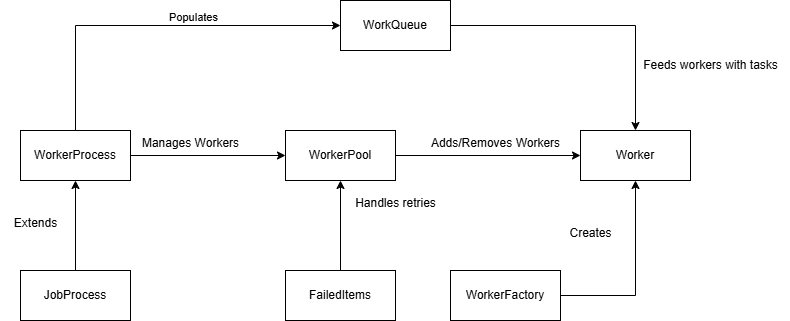
This is image1.png from ted-black/BackgroundJobCodingChallenge, a draw.io export, as it was before one commit. Source tidied: cells renumbered, new cells last; positions are measured from the earlier drawing's top-left corner, leaving out a move shared by most shapes. The source it was exported from:
```xml
<mxGraphModel>
  <root>
    <mxCell id="0" />
    <mxCell id="1" parent="0" />
    <mxCell id="2" style="edgeStyle=orthogonalEdgeStyle;rounded=0;jettySize=auto;html=1;exitX=1;exitY=0.5;exitDx=0;exitDy=0;entryX=0;entryY=0.5;entryDx=0;entryDy=0;" parent="1" edge="1" source="5" target="7">
      <mxGeometry relative="1" as="geometry" />
    </mxCell>
    <mxCell id="3" style="edgeStyle=orthogonalEdgeStyle;rounded=0;jettySize=auto;html=1;exitX=0.5;exitY=0;exitDx=0;exitDy=0;entryX=0;entryY=0.5;entryDx=0;entryDy=0;" parent="1" edge="1" source="5" target="14">
      <mxGeometry relative="1" as="geometry" />
    </mxCell>
    <mxCell id="4" value="Populates" style="edgeLabel;html=1;align=center;verticalAlign=middle;" parent="3" vertex="1">
      <mxGeometry x="0.2" y="9" relative="1" as="geometry" />
    </mxCell>
    <mxCell id="5" value="WorkerProcess" style="html=1;whiteSpace=wrap;" parent="1" vertex="1">
      <mxGeometry x="20" y="130" width="110" height="50" as="geometry" />
    </mxCell>
    <mxCell id="6" style="edgeStyle=orthogonalEdgeStyle;rounded=0;jettySize=auto;html=1;exitX=1;exitY=0.5;exitDx=0;exitDy=0;" parent="1" edge="1" source="7" target="8">
      <mxGeometry relative="1" as="geometry" />
    </mxCell>
    <mxCell id="7" value="WorkerPool" style="html=1;whiteSpace=wrap;" parent="1" vertex="1">
      <mxGeometry x="285" y="130" width="110" height="50" as="geometry" />
    </mxCell>
    <mxCell id="8" value="Worker" style="html=1;whiteSpace=wrap;" parent="1" vertex="1">
      <mxGeometry x="580" y="130" width="110" height="50" as="geometry" />
    </mxCell>
    <mxCell id="9" style="edgeStyle=orthogonalEdgeStyle;rounded=0;jettySize=auto;html=1;exitX=0.5;exitY=0;exitDx=0;exitDy=0;entryX=0.5;entryY=1;entryDx=0;entryDy=0;" parent="1" edge="1" source="10" target="5">
      <mxGeometry relative="1" as="geometry" />
    </mxCell>
    <mxCell id="10" value="JobProcess" style="html=1;whiteSpace=wrap;" parent="1" vertex="1">
      <mxGeometry x="20" y="270" width="110" height="50" as="geometry" />
    </mxCell>
    <mxCell id="11" style="edgeStyle=orthogonalEdgeStyle;rounded=0;jettySize=auto;html=1;exitX=1;exitY=0.5;exitDx=0;exitDy=0;entryX=0.5;entryY=1;entryDx=0;entryDy=0;" parent="1" edge="1" source="12" target="8">
      <mxGeometry relative="1" as="geometry" />
    </mxCell>
    <mxCell id="12" value="WorkerFactory" style="html=1;whiteSpace=wrap;" parent="1" vertex="1">
      <mxGeometry x="450" y="270" width="110" height="50" as="geometry" />
    </mxCell>
    <mxCell id="13" style="edgeStyle=orthogonalEdgeStyle;rounded=0;jettySize=auto;html=1;exitX=1;exitY=0.5;exitDx=0;exitDy=0;entryX=0.5;entryY=0;entryDx=0;entryDy=0;" parent="1" edge="1" source="14" target="8">
      <mxGeometry relative="1" as="geometry" />
    </mxCell>
    <mxCell id="14" value="WorkQueue" style="html=1;whiteSpace=wrap;" parent="1" vertex="1">
      <mxGeometry x="340" width="110" height="50" as="geometry" />
    </mxCell>
    <mxCell id="15" style="edgeStyle=orthogonalEdgeStyle;rounded=0;jettySize=auto;html=1;exitX=0.5;exitY=0;exitDx=0;exitDy=0;entryX=0.5;entryY=1;entryDx=0;entryDy=0;" parent="1" edge="1" source="16" target="7">
      <mxGeometry relative="1" as="geometry" />
    </mxCell>
    <mxCell id="16" value="FailedItems" style="html=1;whiteSpace=wrap;" parent="1" vertex="1">
      <mxGeometry x="285" y="270" width="110" height="50" as="geometry" />
    </mxCell>
    <mxCell id="17" value="Manages Workers" style="text;html=1;align=center;verticalAlign=middle;strokeColor=none;fillColor=none;" parent="1" vertex="1">
      <mxGeometry x="130" y="128" width="120" height="30" as="geometry" />
    </mxCell>
    <mxCell id="18" value="Adds/Removes Workers" style="text;html=1;align=center;verticalAlign=middle;strokeColor=none;fillColor=none;" parent="1" vertex="1">
      <mxGeometry x="420" y="128" width="150" height="30" as="geometry" />
    </mxCell>
    <mxCell id="19" value="Extends" style="text;html=1;align=center;verticalAlign=middle;strokeColor=none;fillColor=none;" parent="1" vertex="1">
      <mxGeometry y="208" width="70" height="30" as="geometry" />
    </mxCell>
    <mxCell id="20" value="Creates" style="text;html=1;align=center;verticalAlign=middle;strokeColor=none;fillColor=none;" parent="1" vertex="1">
      <mxGeometry x="555" y="218" width="70" height="30" as="geometry" />
    </mxCell>
    <mxCell id="21" value="Feeds workers with tasks" style="text;html=1;align=center;verticalAlign=middle;strokeColor=none;fillColor=none;" parent="1" vertex="1">
      <mxGeometry x="630" y="50" width="160" height="30" as="geometry" />
    </mxCell>
    <mxCell id="22" value="Handles retries" style="text;html=1;align=center;verticalAlign=middle;strokeColor=none;fillColor=none;" parent="1" vertex="1">
      <mxGeometry x="345" y="188" width="100" height="30" as="geometry" />
    </mxCell>
  </root>
</mxGraphModel>
```
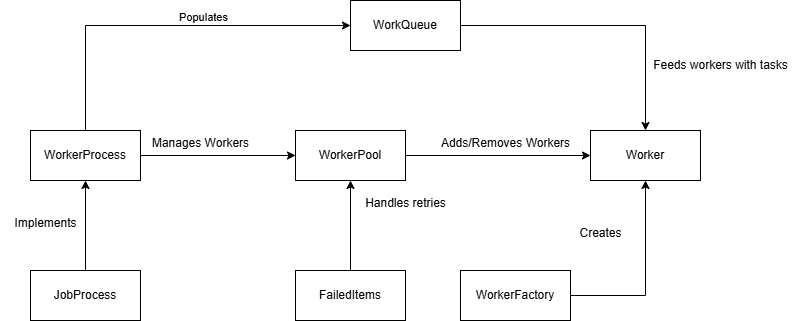
After the commit.

Commit message:
Changes to image1.png to reflect the refactoring.

The edit, as a diff of the source:
```diff
@@ -53,8 +53,8 @@
     <mxCell id="18" value="Adds/Removes Workers" style="text;html=1;align=center;verticalAlign=middle;strokeColor=none;fillColor=none;" parent="1" vertex="1">
       <mxGeometry x="420" y="128" width="150" height="30" as="geometry" />
     </mxCell>
-    <mxCell id="19" value="Extends" style="text;html=1;align=center;verticalAlign=middle;strokeColor=none;fillColor=none;" parent="1" vertex="1">
-      <mxGeometry y="208" width="70" height="30" as="geometry" />
+    <mxCell id="19" value="Implements" style="text;html=1;align=center;verticalAlign=middle;strokeColor=none;fillColor=none;" parent="1" vertex="1">
+      <mxGeometry x="-10" y="208" width="90" height="30" as="geometry" />
     </mxCell>
     <mxCell id="20" value="Creates" style="text;html=1;align=center;verticalAlign=middle;strokeColor=none;fillColor=none;" parent="1" vertex="1">
       <mxGeometry x="555" y="218" width="70" height="30" as="geometry" />
```
